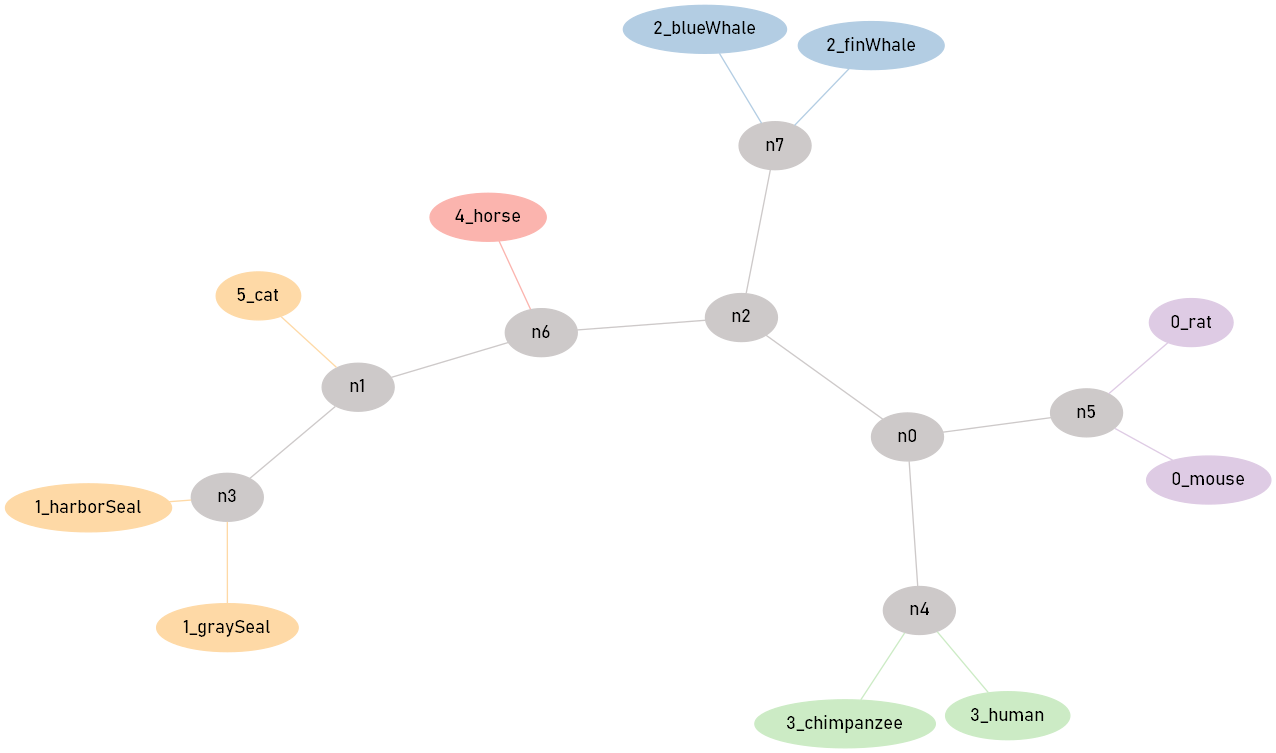
The Graphviz diagram trees/color_tree.gv.png in diogoazevedo15/zgli-showcase, before a commit. Its source is kept beside it as trees/color_tree.gv. The source it was exported from:
```dot
strict graph color_tree {
	node [fontname=Bahnschrift style="filled,dashed"]
	n0 [label=n0]
	n0 [label=n0 color=snow3 fillcolor=snow3 style=filled]
	n0 -- n4 [color=snow3]
	n0 [label=n0 color=snow3 fillcolor=snow3 style=filled]
	n0 -- n5 [color=snow3]
	n0 [label=n0 color=snow3 fillcolor=snow3 style=filled]
	n0 -- n2 [color=snow3]
	n1 [label=n1]
	n1 [label=n1 color=snow3 fillcolor=snow3 style=filled]
	n1 -- n3 [color=snow3]
	n1 [label=n1 color=snow3 fillcolor=snow3 style=filled]
	n1 -- n6 [color=snow3]
	n1 [label=n1 color=snow3 fillcolor=snow3 style=filled]
	n1 -- "5_cat" [color=snow3]
	n2 [label=n2]
	n2 [label=n2 color=snow3 fillcolor=snow3 style=filled]
	n2 -- n7 [color=snow3]
	n2 [label=n2 color=snow3 fillcolor=snow3 style=filled]
	n2 -- n6 [color=snow3]
	n2 [label=n2 color=snow3 fillcolor=snow3 style=filled]
	n2 -- n0 [color=snow3]
	n3 [label=n3]
	n3 [label=n3 color=snow3 fillcolor=snow3 style=filled]
	n3 -- n1 [color=snow3]
	n3 [label=n3 color=snow3 fillcolor=snow3 style=filled]
	n3 -- "1_harborSeal" [color=snow3]
	n3 [label=n3 color=snow3 fillcolor=snow3 style=filled]
	n3 -- "1_graySeal" [color=snow3]
	n4 [label=n4]
	n4 [label=n4 color=snow3 fillcolor=snow3 style=filled]
	n4 -- n0 [color=snow3]
	n4 [label=n4 color=snow3 fillcolor=snow3 style=filled]
	n4 -- "3_human" [color=snow3]
	n4 [label=n4 color=snow3 fillcolor=snow3 style=filled]
	n4 -- "3_chimpanzee" [color=snow3]
	n5 [label=n5]
	n5 [label=n5 color=snow3 fillcolor=snow3 style=filled]
	n5 -- n0 [color=snow3]
	n5 [label=n5 color=snow3 fillcolor=snow3 style=filled]
	n5 -- "0_mouse" [color=snow3]
	n5 [label=n5 color=snow3 fillcolor=snow3 style=filled]
	n5 -- "0_rat" [color=snow3]
	n6 [label=n6]
	n6 [label=n6 color=snow3 fillcolor=snow3 style=filled]
	n6 -- n2 [color=snow3]
	n6 [label=n6 color=snow3 fillcolor=snow3 style=filled]
	n6 -- n1 [color=snow3]
	n6 [label=n6 color=snow3 fillcolor=snow3 style=filled]
	n6 -- "4_horse" [color=snow3]
	n7 [label=n7]
	n7 [label=n7 color=snow3 fillcolor=snow3 style=filled]
	n7 -- n2 [color=snow3]
	n7 [label=n7 color=snow3 fillcolor=snow3 style=filled]
	n7 -- "2_finWhale" [color=snow3]
	n7 [label=n7 color=snow3 fillcolor=snow3 style=filled]
	n7 -- "2_blueWhale" [color=snow3]
	"5_cat" [label="5_cat"]
	"5_cat" [label="5_cat" color="/pastel19/5" fillcolor="/pastel19/5" style=filled]
	"5_cat" -- n1 [color="/pastel19/5"]
	"0_mouse" [label="0_mouse"]
	"0_mouse" [label="0_mouse" color="/pastel19/4" fillcolor="/pastel19/4" style=filled]
	"0_mouse" -- n5 [color="/pastel19/4"]
	"0_rat" [label="0_rat"]
	"0_rat" [label="0_rat" color="/pastel19/4" fillcolor="/pastel19/4" style=filled]
	"0_rat" -- n5 [color="/pastel19/4"]
	"2_finWhale" [label="2_finWhale"]
	"2_finWhale" [label="2_finWhale" color="/pastel19/2" fillcolor="/pastel19/2" style=filled]
	"2_finWhale" -- n7 [color="/pastel19/2"]
	"3_human" [label="3_human"]
	"3_human" [label="3_human" color="/pastel19/3" fillcolor="/pastel19/3" style=filled]
	"3_human" -- n4 [color="/pastel19/3"]
	"1_harborSeal" [label="1_harborSeal"]
	"1_harborSeal" [label="1_harborSeal" color="/pastel19/5" fillcolor="/pastel19/5" style=filled]
	"1_harborSeal" -- n3 [color="/pastel19/5"]
	"3_chimpanzee" [label="3_chimpanzee"]
	"3_chimpanzee" [label="3_chimpanzee" color="/pastel19/3" fillcolor="/pastel19/3" style=filled]
	"3_chimpanzee" -- n4 [color="/pastel19/3"]
	"1_graySeal" [label="1_graySeal"]
	"1_graySeal" [label="1_graySeal" color="/pastel19/5" fillcolor="/pastel19/5" style=filled]
	"1_graySeal" -- n3 [color="/pastel19/5"]
	"2_blueWhale" [label="2_blueWhale"]
	"2_blueWhale" [label="2_blueWhale" color="/pastel19/2" fillcolor="/pastel19/2" style=filled]
	"2_blueWhale" -- n7 [color="/pastel19/2"]
	"4_horse" [label="4_horse"]
	"4_horse" [label="4_horse" color="/pastel19/1" fillcolor="/pastel19/1" style=filled]
	"4_horse" -- n6 [color="/pastel19/1"]
}
```
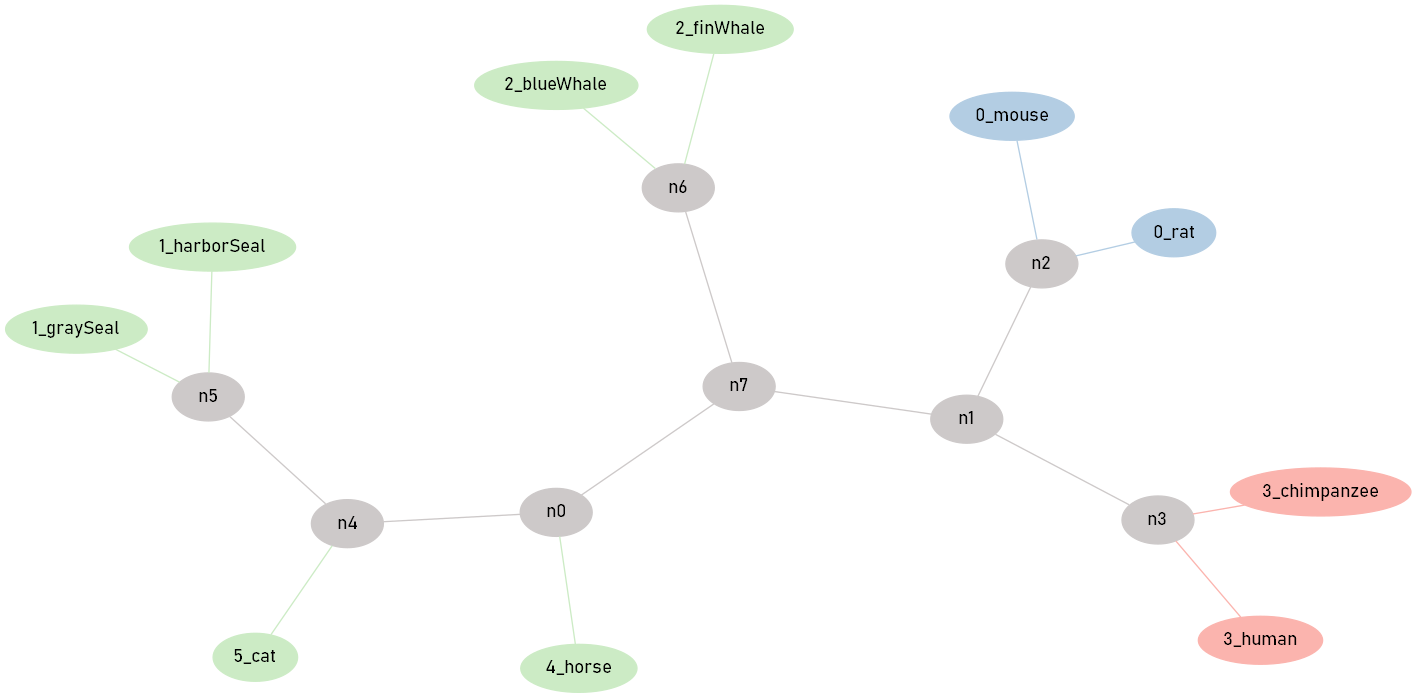
After the commit.

Diff of the diagram source:
```diff
@@ -2,88 +2,88 @@
 	node [fontname=Bahnschrift style="filled,dashed"]
 	n0 [label=n0]
 	n0 [label=n0 color=snow3 fillcolor=snow3 style=filled]
+	n0 -- n7 [color=snow3]
+	n0 [label=n0 color=snow3 fillcolor=snow3 style=filled]
 	n0 -- n4 [color=snow3]
 	n0 [label=n0 color=snow3 fillcolor=snow3 style=filled]
-	n0 -- n5 [color=snow3]
-	n0 [label=n0 color=snow3 fillcolor=snow3 style=filled]
-	n0 -- n2 [color=snow3]
+	n0 -- "4_horse" [color=snow3]
 	n1 [label=n1]
+	n1 [label=n1 color=snow3 fillcolor=snow3 style=filled]
+	n1 -- n2 [color=snow3]
 	n1 [label=n1 color=snow3 fillcolor=snow3 style=filled]
 	n1 -- n3 [color=snow3]
 	n1 [label=n1 color=snow3 fillcolor=snow3 style=filled]
-	n1 -- n6 [color=snow3]
-	n1 [label=n1 color=snow3 fillcolor=snow3 style=filled]
-	n1 -- "5_cat" [color=snow3]
+	n1 -- n7 [color=snow3]
 	n2 [label=n2]
 	n2 [label=n2 color=snow3 fillcolor=snow3 style=filled]
-	n2 -- n7 [color=snow3]
+	n2 -- n1 [color=snow3]
 	n2 [label=n2 color=snow3 fillcolor=snow3 style=filled]
-	n2 -- n6 [color=snow3]
+	n2 -- "0_rat" [color=snow3]
 	n2 [label=n2 color=snow3 fillcolor=snow3 style=filled]
-	n2 -- n0 [color=snow3]
+	n2 -- "0_mouse" [color=snow3]
 	n3 [label=n3]
 	n3 [label=n3 color=snow3 fillcolor=snow3 style=filled]
 	n3 -- n1 [color=snow3]
 	n3 [label=n3 color=snow3 fillcolor=snow3 style=filled]
-	n3 -- "1_harborSeal" [color=snow3]
+	n3 -- "3_human" [color=snow3]
 	n3 [label=n3 color=snow3 fillcolor=snow3 style=filled]
-	n3 -- "1_graySeal" [color=snow3]
+	n3 -- "3_chimpanzee" [color=snow3]
 	n4 [label=n4]
+	n4 [label=n4 color=snow3 fillcolor=snow3 style=filled]
+	n4 -- n5 [color=snow3]
 	n4 [label=n4 color=snow3 fillcolor=snow3 style=filled]
 	n4 -- n0 [color=snow3]
 	n4 [label=n4 color=snow3 fillcolor=snow3 style=filled]
-	n4 -- "3_human" [color=snow3]
-	n4 [label=n4 color=snow3 fillcolor=snow3 style=filled]
-	n4 -- "3_chimpanzee" [color=snow3]
+	n4 -- "5_cat" [color=snow3]
 	n5 [label=n5]
 	n5 [label=n5 color=snow3 fillcolor=snow3 style=filled]
-	n5 -- n0 [color=snow3]
+	n5 -- n4 [color=snow3]
 	n5 [label=n5 color=snow3 fillcolor=snow3 style=filled]
-	n5 -- "0_mouse" [color=snow3]
+	n5 -- "1_graySeal" [color=snow3]
 	n5 [label=n5 color=snow3 fillcolor=snow3 style=filled]
-	n5 -- "0_rat" [color=snow3]
+	n5 -- "1_harborSeal" [color=snow3]
 	n6 [label=n6]
 	n6 [label=n6 color=snow3 fillcolor=snow3 style=filled]
-	n6 -- n2 [color=snow3]
+	n6 -- n7 [color=snow3]
 	n6 [label=n6 color=snow3 fillcolor=snow3 style=filled]
-	n6 -- n1 [color=snow3]
+	n6 -- "2_finWhale" [color=snow3]
 	n6 [label=n6 color=snow3 fillcolor=snow3 style=filled]
-	n6 -- "4_horse" [color=snow3]
+	n6 -- "2_blueWhale" [color=snow3]
 	n7 [label=n7]
 	n7 [label=n7 color=snow3 fillcolor=snow3 style=filled]
-	n7 -- n2 [color=snow3]
+	n7 -- n0 [color=snow3]
 	n7 [label=n7 color=snow3 fillcolor=snow3 style=filled]
-	n7 -- "2_finWhale" [color=snow3]
+	n7 -- n6 [color=snow3]
 	n7 [label=n7 color=snow3 fillcolor=snow3 style=filled]
-	n7 -- "2_blueWhale" [color=snow3]
+	n7 -- n1 [color=snow3]
+	"3_human" [label="3_human"]
+	"3_human" [label="3_human" color="/pastel19/1" fillcolor="/pastel19/1" style=filled]
+	"3_human" -- n3 [color="/pastel19/1"]
+	"3_chimpanzee" [label="3_chimpanzee"]
+	"3_chimpanzee" [label="3_chimpanzee" color="/pastel19/1" fillcolor="/pastel19/1" style=filled]
+	"3_chimpanzee" -- n3 [color="/pastel19/1"]
+	"1_graySeal" [label="1_graySeal"]
+	"1_graySeal" [label="1_graySeal" color="/pastel19/3" fillcolor="/pastel19/3" style=filled]
+	"1_graySeal" -- n5 [color="/pastel19/3"]
+	"0_rat" [label="0_rat"]
+	"0_rat" [label="0_rat" color="/pastel19/2" fillcolor="/pastel19/2" style=filled]
+	"0_rat" -- n2 [color="/pastel19/2"]
 	"5_cat" [label="5_cat"]
-	"5_cat" [label="5_cat" color="/pastel19/5" fillcolor="/pastel19/5" style=filled]
-	"5_cat" -- n1 [color="/pastel19/5"]
+	"5_cat" [label="5_cat" color="/pastel19/3" fillcolor="/pastel19/3" style=filled]
+	"5_cat" -- n4 [color="/pastel19/3"]
 	"0_mouse" [label="0_mouse"]
-	"0_mouse" [label="0_mouse" color="/pastel19/4" fillcolor="/pastel19/4" style=filled]
-	"0_mouse" -- n5 [color="/pastel19/4"]
-	"0_rat" [label="0_rat"]
-	"0_rat" [label="0_rat" color="/pastel19/4" fillcolor="/pastel19/4" style=filled]
-	"0_rat" -- n5 [color="/pastel19/4"]
+	"0_mouse" [label="0_mouse" color="/pastel19/2" fillcolor="/pastel19/2" style=filled]
+	"0_mouse" -- n2 [color="/pastel19/2"]
 	"2_finWhale" [label="2_finWhale"]
-	"2_finWhale" [label="2_finWhale" color="/pastel19/2" fillcolor="/pastel19/2" style=filled]
-	"2_finWhale" -- n7 [color="/pastel19/2"]
-	"3_human" [label="3_human"]
-	"3_human" [label="3_human" color="/pastel19/3" fillcolor="/pastel19/3" style=filled]
-	"3_human" -- n4 [color="/pastel19/3"]
+	"2_finWhale" [label="2_finWhale" color="/pastel19/3" fillcolor="/pastel19/3" style=filled]
+	"2_finWhale" -- n6 [color="/pastel19/3"]
+	"4_horse" [label="4_horse"]
+	"4_horse" [label="4_horse" color="/pastel19/3" fillcolor="/pastel19/3" style=filled]
+	"4_horse" -- n0 [color="/pastel19/3"]
+	"2_blueWhale" [label="2_blueWhale"]
+	"2_blueWhale" [label="2_blueWhale" color="/pastel19/3" fillcolor="/pastel19/3" style=filled]
+	"2_blueWhale" -- n6 [color="/pastel19/3"]
 	"1_harborSeal" [label="1_harborSeal"]
-	"1_harborSeal" [label="1_harborSeal" color="/pastel19/5" fillcolor="/pastel19/5" style=filled]
-	"1_harborSeal" -- n3 [color="/pastel19/5"]
-	"3_chimpanzee" [label="3_chimpanzee"]
-	"3_chimpanzee" [label="3_chimpanzee" color="/pastel19/3" fillcolor="/pastel19/3" style=filled]
-	"3_chimpanzee" -- n4 [color="/pastel19/3"]
-	"1_graySeal" [label="1_graySeal"]
-	"1_graySeal" [label="1_graySeal" color="/pastel19/5" fillcolor="/pastel19/5" style=filled]
-	"1_graySeal" -- n3 [color="/pastel19/5"]
-	"2_blueWhale" [label="2_blueWhale"]
-	"2_blueWhale" [label="2_blueWhale" color="/pastel19/2" fillcolor="/pastel19/2" style=filled]
-	"2_blueWhale" -- n7 [color="/pastel19/2"]
-	"4_horse" [label="4_horse"]
-	"4_horse" [label="4_horse" color="/pastel19/1" fillcolor="/pastel19/1" style=filled]
-	"4_horse" -- n6 [color="/pastel19/1"]
+	"1_harborSeal" [label="1_harborSeal" color="/pastel19/3" fillcolor="/pastel19/3" style=filled]
+	"1_harborSeal" -- n5 [color="/pastel19/3"]
 }
```
